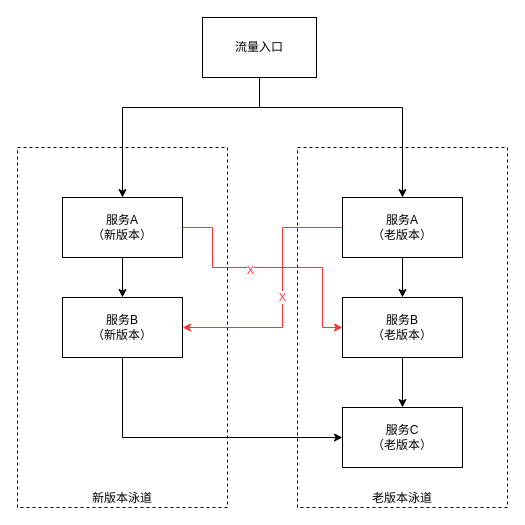
Above: im/im-grey.drawio in novayoung/draw (draw.io), before the change. Source tidied: cells renumbered, new cells numbered last; positions are measured from the earlier drawing's top-left corner, leaving out a move shared by most shapes. Both pictures are drawn from the tidied source at 100%, with x=0, y=0 at pixel (17, 17).
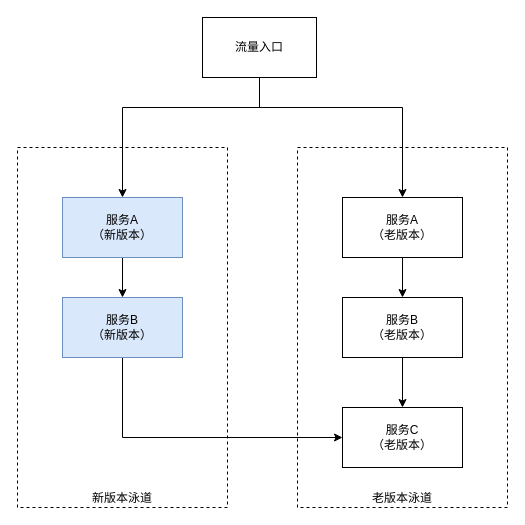
Above is the later version.

Unchanged cells that the change refers to:
```xml
<mxCell id="8" value="服务B&lt;br&gt;（老版本）" style="rounded=0;whiteSpace=wrap;html=1;" parent="1" vertex="1">
  <mxGeometry x="325" y="280" width="120" height="60" as="geometry" />
</mxCell>
<mxCell id="11" value="服务A&lt;br&gt;（老版本）" style="rounded=0;whiteSpace=wrap;html=1;" parent="1" vertex="1">
  <mxGeometry x="325" y="180" width="120" height="60" as="geometry" />
</mxCell>
```

Diff of the diagram source:
```diff
@@
-    <mxCell id="10" value="X" style="edgeStyle=orthogonalEdgeStyle;rounded=0;jettySize=auto;html=1;entryX=1;entryY=0.5;entryDx=0;entryDy=0;strokeColor=#FF3333;fontColor=#FF3333;" parent="1" edge="1" source="11" target="13">
-      <mxGeometry relative="1" as="geometry">
-        <Array as="points">
-          <mxPoint x="265" y="210" />
-          <mxPoint x="265" y="310" />
-        </Array>
-      </mxGeometry>
-    </mxCell>
@@
-    <mxCell id="13" value="服务B&lt;br&gt;（新版本）" style="rounded=0;whiteSpace=wrap;html=1;" parent="1" vertex="1">
+    <mxCell id="13" value="服务B&lt;br&gt;（新版本）" style="rounded=0;whiteSpace=wrap;html=1;fillColor=#dae8fc;strokeColor=#6c8ebf;" parent="1" vertex="1">
       <mxGeometry x="45" y="280" width="120" height="60" as="geometry" />
     </mxCell>
@@
-    <mxCell id="15" style="edgeStyle=orthogonalEdgeStyle;rounded=0;jettySize=auto;html=1;entryX=0;entryY=0.5;entryDx=0;entryDy=0;fontColor=#FF3333;strokeColor=#FF3333;" parent="1" edge="1" source="17" target="8">
-      <mxGeometry relative="1" as="geometry">
-        <Array as="points">
-          <mxPoint x="195" y="210" />
-          <mxPoint x="195" y="250" />
-          <mxPoint x="305" y="250" />
-          <mxPoint x="305" y="310" />
-        </Array>
-      </mxGeometry>
-    </mxCell>
-    <mxCell id="16" value="X" style="edgeLabel;html=1;align=center;verticalAlign=middle;fontColor=#FF3333;" parent="15" vertex="1">
-      <mxGeometry x="-0.18" y="-2" relative="1" as="geometry" />
-    </mxCell>
-    <mxCell id="17" value="服务A&lt;br&gt;（新版本）" style="rounded=0;whiteSpace=wrap;html=1;" parent="1" vertex="1">
+    <mxCell id="17" value="服务A&lt;br&gt;（新版本）" style="rounded=0;whiteSpace=wrap;html=1;fillColor=#dae8fc;strokeColor=#6c8ebf;" parent="1" vertex="1">
       <mxGeometry x="45" y="180" width="120" height="60" as="geometry" />
     </mxCell>
```
